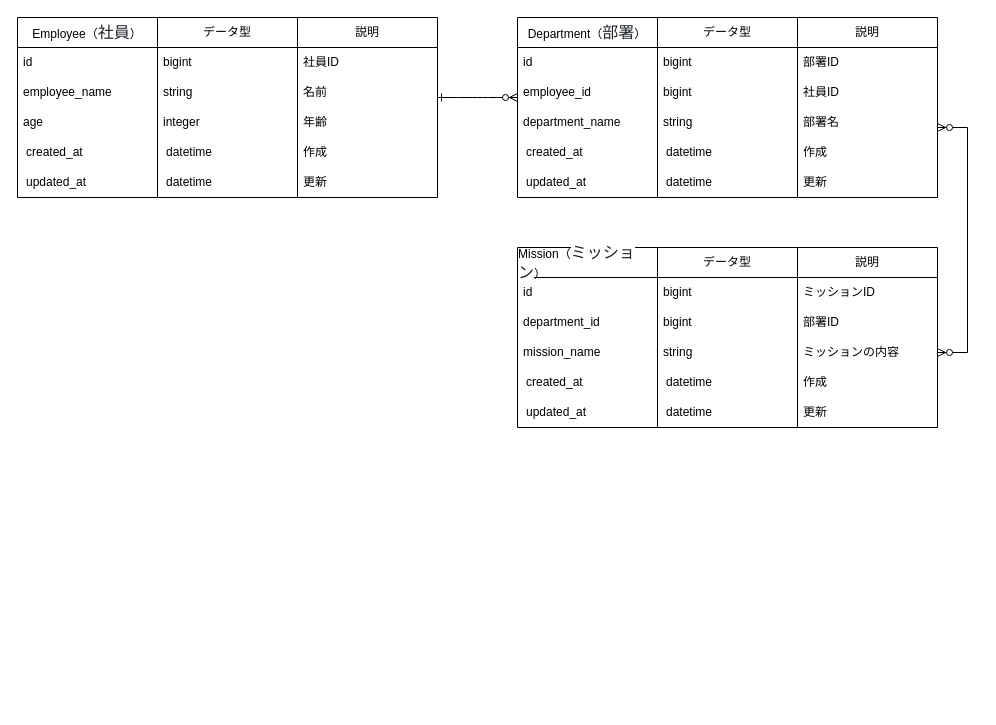
This is 名称未設定ファイル.drawio from Itok1000/Itok1000, a draw.io file, before an edit. Source tidied: cells renumbered, new cells numbered last; positions are measured from the earlier drawing's top-left corner, leaving out a move shared by most shapes. Both pictures are drawn from the tidied source at 100%, with x=0, y=0 at pixel (17, 17).
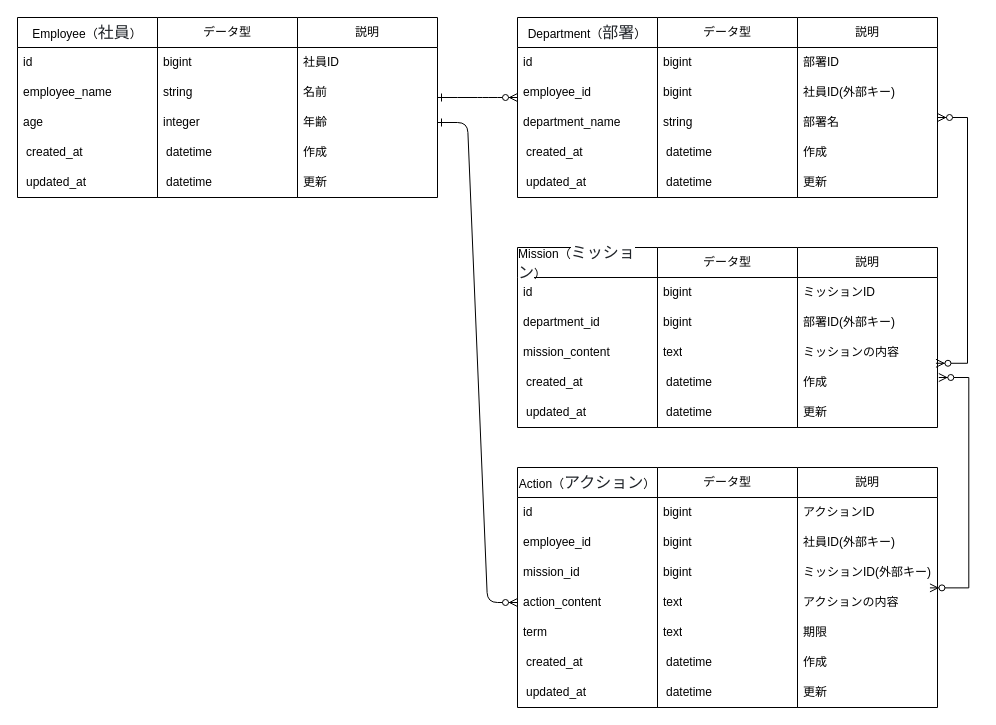
The same diagram, later.

Commit message:
名称未設定ファイル.drawio を更新します

The change refers to these unchanged cells:
```xml
<mxCell id="20" value="年齢" style="text;strokeColor=none;fillColor=none;align=left;verticalAlign=middle;spacingLeft=4;spacingRight=4;overflow=hidden;points=[[0,0.5],[1,0.5]];portConstraint=eastwest;whiteSpace=wrap;html=1;" parent="17" vertex="1">
  <mxGeometry y="90" width="140" height="30" as="geometry" />
</mxCell>
<mxCell id="23" style="group;" parent="1" vertex="1">
  <mxGeometry x="500" width="420" height="210" as="geometry" />
</mxCell>
<mxCell id="37" value="説明" style="swimlane;fontStyle=0;horizontal=1;startSize=30;whiteSpace=wrap;html=1;" parent="23" vertex="1">
  <mxGeometry x="280" width="140" height="180" as="geometry" />
</mxCell>
<mxCell id="45" value="&lt;div style=&quot;text-align: left;&quot;&gt;&lt;span style=&quot;background-color: transparent; color: light-dark(rgb(0, 0, 0), rgb(255, 255, 255));&quot;&gt;Mission（&lt;/span&gt;&lt;span style=&quot;background-color: rgb(255, 255, 255); color: rgb(31, 35, 40); font-family: -apple-system, BlinkMacSystemFont, &amp;quot;Segoe UI&amp;quot;, &amp;quot;Noto Sans&amp;quot;, Helvetica, Arial, sans-serif, &amp;quot;Apple Color Emoji&amp;quot;, &amp;quot;Segoe UI Emoji&amp;quot;; font-size: 16px;&quot;&gt;ミッション&lt;/span&gt;&lt;span style=&quot;background-color: transparent; color: light-dark(rgb(0, 0, 0), rgb(255, 255, 255));&quot;&gt;）&lt;/span&gt;&lt;/div&gt;" style="swimlane;fontStyle=0;horizontal=1;startSize=30;whiteSpace=wrap;html=1;" parent="44" vertex="1">
  <mxGeometry width="140" height="180" as="geometry" />
</mxCell>
<mxCell id="51" value="データ型" style="swimlane;fontStyle=0;horizontal=1;startSize=30;whiteSpace=wrap;html=1;" parent="44" vertex="1">
  <mxGeometry x="140" width="140" height="180" as="geometry" />
</mxCell>
<mxCell id="57" value="説明" style="swimlane;fontStyle=0;horizontal=1;startSize=30;whiteSpace=wrap;html=1;" parent="43" vertex="1">
  <mxGeometry x="280" width="140" height="180" as="geometry" />
</mxCell>
<mxCell id="60" value="ミッションの内容" style="text;strokeColor=none;fillColor=none;align=left;verticalAlign=middle;spacingLeft=4;spacingRight=4;overflow=hidden;points=[[0,0.5],[1,0.5]];portConstraint=eastwest;whiteSpace=wrap;html=1;" parent="57" vertex="1">
  <mxGeometry y="90" width="140" height="30" as="geometry" />
</mxCell>
<mxCell id="61" value="作成" style="text;strokeColor=none;fillColor=none;align=left;verticalAlign=middle;spacingLeft=4;spacingRight=4;overflow=hidden;points=[[0,0.5],[1,0.5]];portConstraint=eastwest;whiteSpace=wrap;html=1;" parent="57" vertex="1">
  <mxGeometry y="120" width="140" height="30" as="geometry" />
</mxCell>
```

The edit, as a diff of the source:
```diff
@@
-    <mxCell id="39" value="社員ID" style="text;strokeColor=none;fillColor=none;align=left;verticalAlign=middle;spacingLeft=4;spacingRight=4;overflow=hidden;whiteSpace=wrap;html=1;" parent="37" vertex="1">
+    <mxCell id="39" value="社員ID(外部キー)" style="text;strokeColor=none;fillColor=none;align=left;verticalAlign=middle;spacingLeft=4;spacingRight=4;overflow=hidden;whiteSpace=wrap;html=1;" parent="37" vertex="1">
       <mxGeometry y="60" width="140" height="30" as="geometry" />
     </mxCell>
@@
+    <mxCell id="63" style="edgeStyle=entityRelationEdgeStyle;fontSize=12;html=1;endArrow=ERzeroToMany;endFill=1;startArrow=ERzeroToMany;rounded=0;entryX=0.989;entryY=-0.141;entryDx=0;entryDy=0;entryPerimeter=0;" parent="23" edge="1" target="61">
+      <mxGeometry relative="1" as="geometry">
+        <mxPoint x="420" y="100" as="sourcePoint" />
+        <Array as="points">
+          <mxPoint x="470" y="270" />
+        </Array>
+      </mxGeometry>
+    </mxCell>
@@
-    <mxCell id="48" value="mission_name" style="text;strokeColor=none;fillColor=none;align=left;verticalAlign=middle;spacingLeft=4;spacingRight=4;overflow=hidden;whiteSpace=wrap;html=1;" parent="45" vertex="1">
+    <mxCell id="48" value="mission_content" style="text;strokeColor=none;fillColor=none;align=left;verticalAlign=middle;spacingLeft=4;spacingRight=4;overflow=hidden;whiteSpace=wrap;html=1;" parent="45" vertex="1">
       <mxGeometry y="90" width="140" height="30" as="geometry" />
     </mxCell>
@@
-    <mxCell id="54" value="string" style="text;strokeColor=none;fillColor=none;align=left;verticalAlign=middle;spacingLeft=4;spacingRight=4;overflow=hidden;whiteSpace=wrap;html=1;" parent="51" vertex="1">
+    <mxCell id="54" value="text" style="text;strokeColor=none;fillColor=none;align=left;verticalAlign=middle;spacingLeft=4;spacingRight=4;overflow=hidden;whiteSpace=wrap;html=1;" parent="51" vertex="1">
       <mxGeometry y="90" width="140" height="30" as="geometry" />
     </mxCell>
@@
-    <mxCell id="59" value="部署ID" style="text;strokeColor=none;fillColor=none;align=left;verticalAlign=middle;spacingLeft=4;spacingRight=4;overflow=hidden;whiteSpace=wrap;html=1;" parent="57" vertex="1">
+    <mxCell id="59" value="部署ID(外部キー)" style="text;strokeColor=none;fillColor=none;align=left;verticalAlign=middle;spacingLeft=4;spacingRight=4;overflow=hidden;whiteSpace=wrap;html=1;" parent="57" vertex="1">
       <mxGeometry y="60" width="140" height="30" as="geometry" />
     </mxCell>
@@
-    <mxCell id="63" style="edgeStyle=entityRelationEdgeStyle;fontSize=12;html=1;endArrow=ERzeroToMany;endFill=1;startArrow=ERzeroToMany;rounded=0;entryX=1;entryY=0.5;entryDx=0;entryDy=0;" parent="1" edge="1" target="60">
-      <mxGeometry relative="1" as="geometry">
-        <mxPoint x="920" y="110" as="sourcePoint" />
-      </mxGeometry>
-    </mxCell>
+    <mxCell id="64" style="group;" parent="1" vertex="1">
+      <mxGeometry x="500" y="450" width="420" height="210" as="geometry" />
+    </mxCell>
+    <mxCell id="65" style="group;" parent="64" vertex="1">
+      <mxGeometry width="280" height="210" as="geometry" />
+    </mxCell>
+    <mxCell id="66" value="&lt;div style=&quot;text-align: left;&quot;&gt;&lt;span style=&quot;background-color: transparent; color: light-dark(rgb(0, 0, 0), rgb(255, 255, 255));&quot;&gt;Action（&lt;/span&gt;&lt;font face=&quot;-apple-system, BlinkMacSystemFont, Segoe UI, Noto Sans, Helvetica, Arial, sans-serif, Apple Color Emoji, Segoe UI Emoji&quot; color=&quot;#1f2328&quot;&gt;&lt;span style=&quot;font-size: 16px; background-color: rgb(255, 255, 255);&quot;&gt;アクション&lt;/span&gt;&lt;/font&gt;&lt;span style=&quot;background-color: transparent; color: light-dark(rgb(0, 0, 0), rgb(255, 255, 255));&quot;&gt;）&lt;/span&gt;&lt;/div&gt;" style="swimlane;fontStyle=0;horizontal=1;startSize=30;whiteSpace=wrap;html=1;" parent="65" vertex="1">
+      <mxGeometry width="140" height="240" as="geometry" />
+    </mxCell>
+    <mxCell id="67" value="id　　" style="text;strokeColor=none;fillColor=none;align=left;verticalAlign=middle;spacingLeft=4;spacingRight=4;overflow=hidden;whiteSpace=wrap;html=1;" parent="66" vertex="1">
+      <mxGeometry y="30" width="140" height="30" as="geometry" />
+    </mxCell>
+    <mxCell id="68" value="employee_id　　" style="text;strokeColor=none;fillColor=none;align=left;verticalAlign=middle;spacingLeft=4;spacingRight=4;overflow=hidden;whiteSpace=wrap;html=1;" parent="66" vertex="1">
+      <mxGeometry y="60" width="140" height="30" as="geometry" />
+    </mxCell>
+    <mxCell id="69" value="mission_id" style="text;strokeColor=none;fillColor=none;align=left;verticalAlign=middle;spacingLeft=4;spacingRight=4;overflow=hidden;whiteSpace=wrap;html=1;" parent="66" vertex="1">
+      <mxGeometry y="90" width="140" height="30" as="geometry" />
+    </mxCell>
+    <mxCell id="70" value="action_content" style="text;strokeColor=none;fillColor=none;align=left;verticalAlign=middle;spacingLeft=4;spacingRight=4;overflow=hidden;points=[[0,0.5],[1,0.5]];portConstraint=eastwest;whiteSpace=wrap;html=1;" parent="66" vertex="1">
+      <mxGeometry y="120" width="140" height="30" as="geometry" />
+    </mxCell>
+    <mxCell id="71" value="term" style="text;strokeColor=none;fillColor=none;align=left;verticalAlign=middle;spacingLeft=4;spacingRight=4;overflow=hidden;whiteSpace=wrap;html=1;" parent="66" vertex="1">
+      <mxGeometry y="150" width="140" height="30" as="geometry" />
+    </mxCell>
+    <mxCell id="72" value="&lt;table&gt;&lt;tbody&gt;&lt;tr&gt;&lt;td&gt;created_at&lt;table&gt;&lt;tbody&gt;&lt;tr&gt;&lt;/tr&gt;&lt;/tbody&gt;&lt;/table&gt;&lt;/td&gt;&lt;/tr&gt;&lt;/tbody&gt;&lt;/table&gt;" style="text;strokeColor=none;fillColor=none;align=left;verticalAlign=middle;spacingLeft=4;spacingRight=4;overflow=hidden;whiteSpace=wrap;html=1;" parent="66" vertex="1">
+      <mxGeometry y="180" width="140" height="30" as="geometry" />
+    </mxCell>
+    <mxCell id="73" value="&lt;table&gt;&lt;tbody&gt;&lt;tr&gt;&lt;td&gt;updated_at&lt;table&gt;&lt;tbody&gt;&lt;tr&gt;&lt;/tr&gt;&lt;/tbody&gt;&lt;/table&gt;&lt;/td&gt;&lt;/tr&gt;&lt;/tbody&gt;&lt;/table&gt;" style="text;strokeColor=none;fillColor=none;align=left;verticalAlign=middle;spacingLeft=4;spacingRight=4;overflow=hidden;whiteSpace=wrap;html=1;" parent="66" vertex="1">
+      <mxGeometry y="210" width="140" height="30" as="geometry" />
+    </mxCell>
+    <mxCell id="74" value="データ型" style="swimlane;fontStyle=0;horizontal=1;startSize=30;whiteSpace=wrap;html=1;" parent="65" vertex="1">
+      <mxGeometry x="140" width="140" height="240" as="geometry" />
+    </mxCell>
+    <mxCell id="75" value="bigint" style="text;strokeColor=none;fillColor=none;align=left;verticalAlign=middle;spacingLeft=4;spacingRight=4;overflow=hidden;whiteSpace=wrap;html=1;" parent="74" vertex="1">
+      <mxGeometry y="30" width="140" height="30" as="geometry" />
+    </mxCell>
+    <mxCell id="76" value="bigint" style="text;strokeColor=none;fillColor=none;align=left;verticalAlign=middle;spacingLeft=4;spacingRight=4;overflow=hidden;whiteSpace=wrap;html=1;" parent="74" vertex="1">
+      <mxGeometry y="60" width="140" height="30" as="geometry" />
+    </mxCell>
+    <mxCell id="77" value="bigint" style="text;strokeColor=none;fillColor=none;align=left;verticalAlign=middle;spacingLeft=4;spacingRight=4;overflow=hidden;whiteSpace=wrap;html=1;" parent="74" vertex="1">
+      <mxGeometry y="90" width="140" height="30" as="geometry" />
+    </mxCell>
+    <mxCell id="78" value="text" style="text;strokeColor=none;fillColor=none;align=left;verticalAlign=middle;spacingLeft=4;spacingRight=4;overflow=hidden;whiteSpace=wrap;html=1;" parent="74" vertex="1">
+      <mxGeometry y="120" width="140" height="30" as="geometry" />
+    </mxCell>
+    <mxCell id="79" value="text" style="text;strokeColor=none;fillColor=none;align=left;verticalAlign=middle;spacingLeft=4;spacingRight=4;overflow=hidden;whiteSpace=wrap;html=1;" parent="74" vertex="1">
+      <mxGeometry y="150" width="140" height="30" as="geometry" />
+    </mxCell>
+    <mxCell id="80" value="&lt;table&gt;&lt;tbody&gt;&lt;tr&gt;&lt;td&gt;datetime&lt;table&gt;&lt;tbody&gt;&lt;tr&gt;&lt;/tr&gt;&lt;/tbody&gt;&lt;/table&gt;&lt;/td&gt;&lt;/tr&gt;&lt;/tbody&gt;&lt;/table&gt;" style="text;strokeColor=none;fillColor=none;align=left;verticalAlign=middle;spacingLeft=4;spacingRight=4;overflow=hidden;whiteSpace=wrap;html=1;" parent="74" vertex="1">
+      <mxGeometry y="180" width="140" height="30" as="geometry" />
+    </mxCell>
+    <mxCell id="81" value="&lt;table&gt;&lt;tbody&gt;&lt;tr&gt;&lt;td&gt;datetime&lt;table&gt;&lt;tbody&gt;&lt;tr&gt;&lt;/tr&gt;&lt;/tbody&gt;&lt;/table&gt;&lt;/td&gt;&lt;/tr&gt;&lt;/tbody&gt;&lt;/table&gt;" style="text;strokeColor=none;fillColor=none;align=left;verticalAlign=middle;spacingLeft=4;spacingRight=4;overflow=hidden;whiteSpace=wrap;html=1;" parent="74" vertex="1">
+      <mxGeometry y="210" width="140" height="30" as="geometry" />
+    </mxCell>
+    <mxCell id="82" value="説明" style="swimlane;fontStyle=0;horizontal=1;startSize=30;whiteSpace=wrap;html=1;" parent="64" vertex="1">
+      <mxGeometry x="280" width="140" height="240" as="geometry" />
+    </mxCell>
+    <mxCell id="83" value="アクションID" style="text;strokeColor=none;fillColor=none;align=left;verticalAlign=middle;spacingLeft=4;spacingRight=4;overflow=hidden;whiteSpace=wrap;html=1;" parent="82" vertex="1">
+      <mxGeometry y="30" width="140" height="30" as="geometry" />
+    </mxCell>
+    <mxCell id="84" value="社員ID(外部キー)" style="text;strokeColor=none;fillColor=none;align=left;verticalAlign=middle;spacingLeft=4;spacingRight=4;overflow=hidden;whiteSpace=wrap;html=1;" parent="82" vertex="1">
+      <mxGeometry y="60" width="140" height="30" as="geometry" />
+    </mxCell>
+    <mxCell id="85" value="ミッションID(外部キー)" style="text;strokeColor=none;fillColor=none;align=left;verticalAlign=middle;spacingLeft=4;spacingRight=4;overflow=hidden;whiteSpace=wrap;html=1;" parent="82" vertex="1">
+      <mxGeometry y="90" width="140" height="30" as="geometry" />
+    </mxCell>
+    <mxCell id="86" value="アクションの内容" style="text;strokeColor=none;fillColor=none;align=left;verticalAlign=middle;spacingLeft=4;spacingRight=4;overflow=hidden;points=[[0,0.5],[1,0.5]];portConstraint=eastwest;whiteSpace=wrap;html=1;" parent="82" vertex="1">
+      <mxGeometry y="120" width="140" height="30" as="geometry" />
+    </mxCell>
+    <mxCell id="87" value="期限" style="text;strokeColor=none;fillColor=none;align=left;verticalAlign=middle;spacingLeft=4;spacingRight=4;overflow=hidden;whiteSpace=wrap;html=1;" parent="82" vertex="1">
+      <mxGeometry y="150" width="140" height="30" as="geometry" />
+    </mxCell>
+    <mxCell id="88" value="作成" style="text;strokeColor=none;fillColor=none;align=left;verticalAlign=middle;spacingLeft=4;spacingRight=4;overflow=hidden;whiteSpace=wrap;html=1;" parent="82" vertex="1">
+      <mxGeometry y="180" width="140" height="30" as="geometry" />
+    </mxCell>
+    <mxCell id="89" value="更新" style="text;strokeColor=none;fillColor=none;align=left;verticalAlign=middle;spacingLeft=4;spacingRight=4;overflow=hidden;whiteSpace=wrap;html=1;" parent="82" vertex="1">
+      <mxGeometry y="210" width="140" height="30" as="geometry" />
+    </mxCell>
+    <mxCell id="90" style="edgeStyle=entityRelationEdgeStyle;fontSize=12;html=1;endArrow=ERzeroToMany;endFill=1;startArrow=ERzeroToMany;rounded=0;entryX=0.946;entryY=0.013;entryDx=0;entryDy=0;exitX=1;exitY=0.5;exitDx=0;exitDy=0;entryPerimeter=0;" parent="1" edge="1" target="86">
+      <mxGeometry relative="1" as="geometry">
+        <mxPoint x="921.3" y="360" as="sourcePoint" />
+        <Array as="points">
+          <mxPoint x="961.3" y="580" />
+          <mxPoint x="941.3" y="620" />
+        </Array>
+      </mxGeometry>
+    </mxCell>
+    <mxCell id="91" style="edgeStyle=entityRelationEdgeStyle;endArrow=ERzeroToMany;startArrow=ERone;endFill=1;startFill=0;exitX=1;exitY=0.5;exitDx=0;exitDy=0;entryX=0;entryY=0.5;entryDx=0;entryDy=0;" parent="1" edge="1" source="20" target="70">
+      <mxGeometry relative="1" as="geometry">
+        <Array as="points">
+          <mxPoint x="120" y="470" />
+        </Array>
+      </mxGeometry>
+    </mxCell>
```
